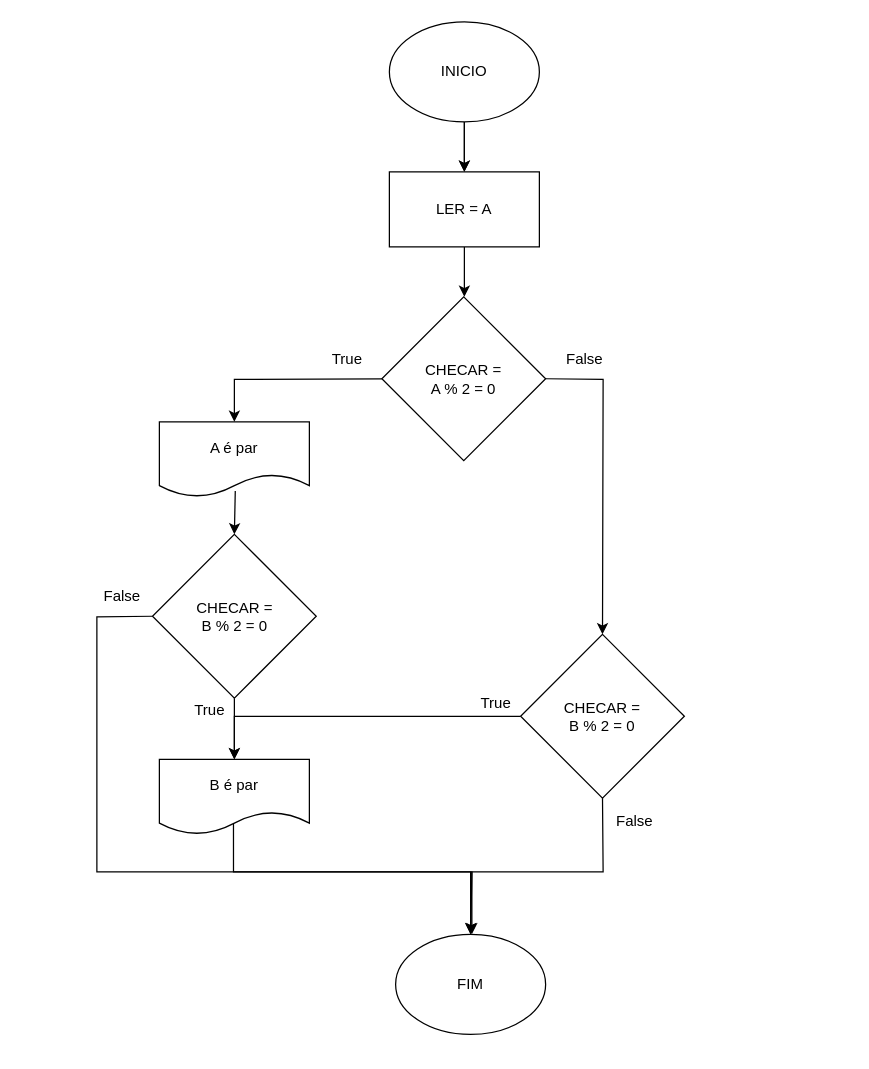
Above: aula05_fluxogramEx5.drawio in Leoplugged/IntroducaoProgramacao (draw.io), before the change. Source tidied: cells renumbered, new cells numbered last; positions are measured from the earlier drawing's top-left corner, leaving out a move shared by most shapes. Both pictures are drawn from the tidied source at 125%, with x=0, y=0 at pixel (96, 21).
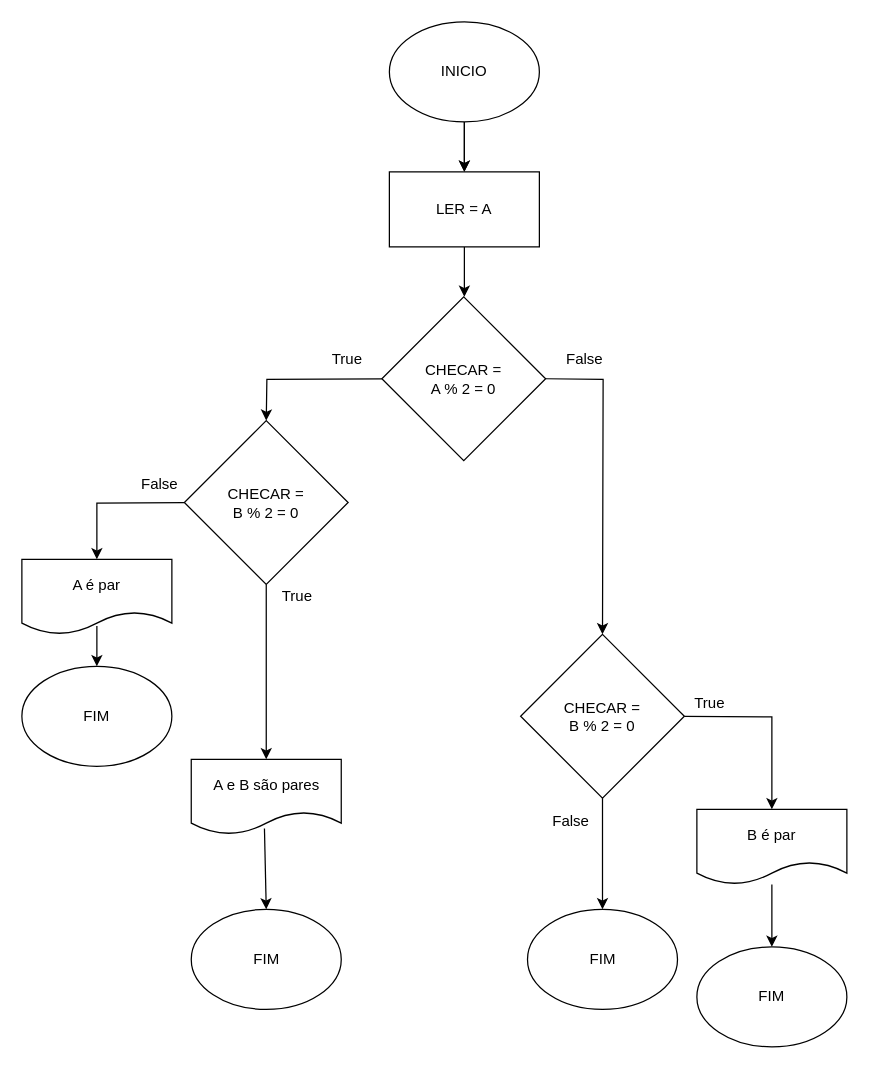
The same page after the edit.

The change refers to these unchanged cells:
```xml
<mxCell id="8" value="CHECAR = &lt;br&gt;A % 2 = 0" style="rhombus;whiteSpace=wrap;html=1;" parent="1" vertex="1">
  <mxGeometry x="228" y="220" width="131" height="131" as="geometry" />
</mxCell>
<mxCell id="13" value="CHECAR = &lt;br&gt;B % 2 = 0" style="rhombus;whiteSpace=wrap;html=1;" parent="1" vertex="1">
  <mxGeometry x="339" y="490" width="131" height="131" as="geometry" />
</mxCell>
```

Diff of the diagram source:
```diff
@@
     <mxCell id="5" value="FIM" style="ellipse;whiteSpace=wrap;html=1;" parent="1" vertex="1">
-      <mxGeometry x="239" y="730" width="120" height="80" as="geometry" />
+      <mxGeometry x="75.5" y="710" width="120" height="80" as="geometry" />
     </mxCell>
@@
-    <mxCell id="9" style="endArrow=classic;html=1;rounded=0;exitX=0;exitY=0.5;exitDx=0;exitDy=0;entryX=0.5;entryY=0;entryDx=0;entryDy=0;" parent="1" edge="1" source="8">
+    <mxCell id="9" style="endArrow=classic;html=1;rounded=0;exitX=0;exitY=0.5;exitDx=0;exitDy=0;entryX=0.5;entryY=0;entryDx=0;entryDy=0;" parent="1" edge="1" source="8" target="21">
       <mxGeometry relative="1" as="geometry">
-        <mxPoint x="110" y="320" as="targetPoint" />
         <Array as="points">
-          <mxPoint x="110" y="286" />
+          <mxPoint x="136" y="286" />
         </Array>
       </mxGeometry>
     </mxCell>
@@
-    <mxCell id="12" style="edgeStyle=orthogonalEdgeStyle;rounded=0;jettySize=auto;html=1;entryX=0.5;entryY=0;entryDx=0;entryDy=0;" parent="1" edge="1" source="13" target="26">
-      <mxGeometry relative="1" as="geometry">
-        <Array as="points">
-          <mxPoint x="110" y="556" />
-        </Array>
-      </mxGeometry>
-    </mxCell>
@@
-    <mxCell id="15" style="endArrow=classic;html=1;rounded=0;exitX=0.506;exitY=0.922;exitDx=0;exitDy=0;entryX=0.5;entryY=0;entryDx=0;entryDy=0;exitPerimeter=0;" parent="1" edge="1" source="25" target="21">
-      <mxGeometry relative="1" as="geometry">
-        <Array as="points">
-          <mxPoint x="110" y="410" />
-        </Array>
-      </mxGeometry>
-    </mxCell>
-    <mxCell id="16" style="edgeStyle=orthogonalEdgeStyle;rounded=0;jettySize=auto;html=1;entryX=0.5;entryY=0;entryDx=0;entryDy=0;exitX=0.494;exitY=0.844;exitDx=0;exitDy=0;exitPerimeter=0;" parent="1" edge="1" source="26" target="5">
-      <mxGeometry relative="1" as="geometry">
-        <Array as="points">
-          <mxPoint x="109" y="680" />
-          <mxPoint x="299" y="680" />
-        </Array>
-      </mxGeometry>
-    </mxCell>
     <mxCell id="17" value="True" style="text;html=1;align=center;verticalAlign=middle;strokeColor=none;fillColor=none;" parent="1" vertex="1">
-      <mxGeometry x="70" y="541" width="40" height="20" as="geometry" />
+      <mxGeometry x="140" y="450" width="40" height="20" as="geometry" />
     </mxCell>
     <mxCell id="18" value="False" style="text;html=1;align=center;verticalAlign=middle;strokeColor=none;fillColor=none;" parent="1" vertex="1">
-      <mxGeometry x="410" y="630" width="40" height="20" as="geometry" />
+      <mxGeometry x="359" y="630" width="40" height="20" as="geometry" />
     </mxCell>
-    <mxCell id="19" style="endArrow=classic;html=1;rounded=0;entryX=0.5;entryY=0;entryDx=0;entryDy=0;exitX=0.5;exitY=1;exitDx=0;exitDy=0;" parent="1" edge="1" source="13" target="5">
-      <mxGeometry relative="1" as="geometry">
-        <Array as="points">
-          <mxPoint x="405" y="680" />
-          <mxPoint x="300" y="680" />
-        </Array>
-      </mxGeometry>
-    </mxCell>
@@
     <mxCell id="21" value="CHECAR = &lt;br&gt;B % 2 = 0" style="rhombus;whiteSpace=wrap;html=1;" parent="1" vertex="1">
-      <mxGeometry x="44.5" y="410" width="131" height="131" as="geometry" />
+      <mxGeometry x="70" y="319" width="131" height="131" as="geometry" />
     </mxCell>
     <mxCell id="22" value="True" style="text;html=1;align=center;verticalAlign=middle;strokeColor=none;fillColor=none;" parent="1" vertex="1">
-      <mxGeometry x="299" y="535" width="40" height="20" as="geometry" />
+      <mxGeometry x="470" y="535" width="40" height="20" as="geometry" />
     </mxCell>
-    <mxCell id="23" style="endArrow=classic;html=1;rounded=0;exitX=0;exitY=0.5;exitDx=0;exitDy=0;" parent="1" edge="1" source="21">
+    <mxCell id="23" style="endArrow=classic;html=1;rounded=0;exitX=0;exitY=0.5;exitDx=0;exitDy=0;entryX=0.5;entryY=0;entryDx=0;entryDy=0;" parent="1" edge="1" source="21" target="25">
       <mxGeometry relative="1" as="geometry">
-        <mxPoint x="300" y="730" as="targetPoint" />
         <Array as="points">
-          <mxPoint y="476" />
-          <mxPoint y="680" />
-          <mxPoint x="300" y="680" />
+          <mxPoint y="385" />
         </Array>
       </mxGeometry>
     </mxCell>
     <mxCell id="24" value="False" style="text;html=1;align=center;verticalAlign=middle;strokeColor=none;fillColor=none;" parent="1" vertex="1">
-      <mxGeometry y="450" width="40" height="20" as="geometry" />
+      <mxGeometry x="30" y="360" width="40" height="20" as="geometry" />
     </mxCell>
     <mxCell id="25" value="&lt;span&gt;A é par&lt;/span&gt;" style="shape=document;whiteSpace=wrap;html=1;boundedLbl=1;" parent="1" vertex="1">
-      <mxGeometry x="50" y="320" width="120" height="60" as="geometry" />
+      <mxGeometry x="-60" y="430" width="120" height="60" as="geometry" />
     </mxCell>
-    <mxCell id="26" value="&lt;span&gt;B é par&lt;/span&gt;" style="shape=document;whiteSpace=wrap;html=1;boundedLbl=1;" parent="1" vertex="1">
-      <mxGeometry x="50" y="590" width="120" height="60" as="geometry" />
+    <mxCell id="26" value="&lt;span&gt;A e B são pares&lt;/span&gt;" style="shape=document;whiteSpace=wrap;html=1;boundedLbl=1;" parent="1" vertex="1">
+      <mxGeometry x="75.5" y="590" width="120" height="60" as="geometry" />
     </mxCell>
+    <mxCell id="27" value="FIM" style="ellipse;whiteSpace=wrap;html=1;" parent="1" vertex="1">
+      <mxGeometry x="-60" y="515.5" width="120" height="80" as="geometry" />
+    </mxCell>
+    <mxCell id="28" style="endArrow=classic;html=1;rounded=0;exitX=0.5;exitY=0.889;exitDx=0;exitDy=0;exitPerimeter=0;" parent="1" edge="1" source="25" target="27">
+      <mxGeometry relative="1" as="geometry" />
+    </mxCell>
+    <mxCell id="16" style="endArrow=classic;html=1;rounded=0;exitX=0.488;exitY=0.922;exitDx=0;exitDy=0;exitPerimeter=0;entryX=0.5;entryY=0;entryDx=0;entryDy=0;" parent="1" edge="1" source="26" target="5">
+      <mxGeometry relative="1" as="geometry" />
+    </mxCell>
+    <mxCell id="29" value="&lt;span&gt;B é par&lt;/span&gt;" style="shape=document;whiteSpace=wrap;html=1;boundedLbl=1;" parent="1" vertex="1">
+      <mxGeometry x="480" y="630" width="120" height="60" as="geometry" />
+    </mxCell>
+    <mxCell id="30" style="endArrow=classic;html=1;rounded=0;exitX=1;exitY=0.5;exitDx=0;exitDy=0;entryX=0.5;entryY=0;entryDx=0;entryDy=0;" parent="1" edge="1" source="13" target="29">
+      <mxGeometry relative="1" as="geometry">
+        <Array as="points">
+          <mxPoint x="540" y="556" />
+        </Array>
+      </mxGeometry>
+    </mxCell>
+    <mxCell id="31" style="endArrow=classic;html=1;rounded=0;exitX=0.5;exitY=1;exitDx=0;exitDy=0;entryX=0.5;entryY=0;entryDx=0;entryDy=0;" parent="1" edge="1" source="13" target="32">
+      <mxGeometry relative="1" as="geometry" />
+    </mxCell>
+    <mxCell id="32" value="FIM" style="ellipse;whiteSpace=wrap;html=1;" parent="1" vertex="1">
+      <mxGeometry x="344.5" y="710" width="120" height="80" as="geometry" />
+    </mxCell>
+    <mxCell id="33" value="FIM" style="ellipse;whiteSpace=wrap;html=1;" parent="1" vertex="1">
+      <mxGeometry x="480" y="740" width="120" height="80" as="geometry" />
+    </mxCell>
+    <mxCell id="34" style="endArrow=classic;html=1;rounded=0;" parent="1" edge="1" source="29" target="33">
+      <mxGeometry relative="1" as="geometry" />
+    </mxCell>
```
